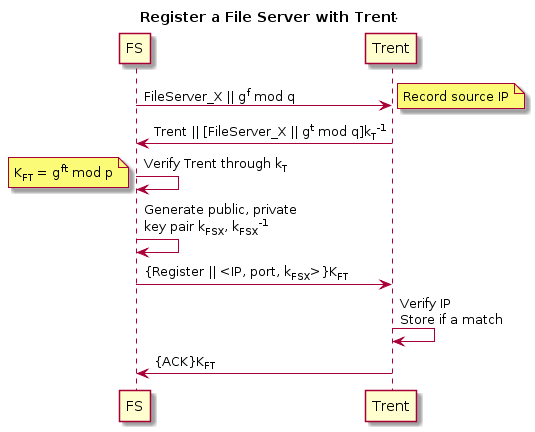
This is reports/img/Register_FS.png from jondyer/cs1653-2017fa-jbd29-mar257-zds14, a PlantUML export, as it was before one commit. Its source is kept beside it as reports/img/Register_FS.puml. The source it was exported from:
```plantuml
@startuml
title __Register a File Server with Trent__
participant FS
participant Trent

FS -> Trent: FileServer_X || g<sup>f</sup> mod q
note left: Choose random f
note right: Record source IP
Trent -> FS: Trent || [FileServer_X || g<sup>t</sup> mod q]k<sub>T</sub><sup>-1</sup>
FS -> FS: Verify Trent through k<sub>T</sub>
note left: K<sub>FT</sub> = g<sup>ft</sup> mod p
FS -> FS: Generate public, private \nkey pair k<sub>FSX</sub>, k<sub>FSX</sub><sup>-1</sup>

FS -> Trent: {Register || <IP, port, k<sub>FSX</sub>>}K<sub>FT</sub>
Trent -> Trent: Verify IP\nStore if a match
Trent -> FS: {ACK}K<sub>FT</sub>
@enduml
```
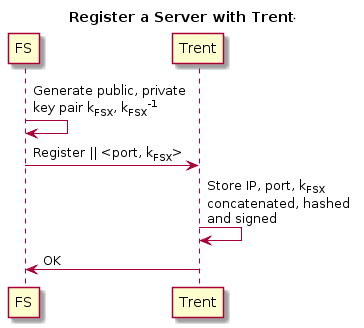
Above is the later version.

Diff of the diagram source:
```diff
@@ -1,17 +1,11 @@
 @startuml
-title __Register a File Server with Trent__
+title __Register a Server with Trent__
 participant FS
 participant Trent
 
-FS -> Trent: FileServer_X || g<sup>f</sup> mod q
-note left: Choose random f
-note right: Record source IP
-Trent -> FS: Trent || [FileServer_X || g<sup>t</sup> mod q]k<sub>T</sub><sup>-1</sup>
-FS -> FS: Verify Trent through k<sub>T</sub>
-note left: K<sub>FT</sub> = g<sup>ft</sup> mod p
 FS -> FS: Generate public, private \nkey pair k<sub>FSX</sub>, k<sub>FSX</sub><sup>-1</sup>
 
-FS -> Trent: {Register || <IP, port, k<sub>FSX</sub>>}K<sub>FT</sub>
-Trent -> Trent: Verify IP\nStore if a match
-Trent -> FS: {ACK}K<sub>FT</sub>
+FS -> Trent: Register || <port, k<sub>FSX</sub>>
+Trent -> Trent: Store IP, port, k<sub>FSX</sub>\nconcatenated, hashed \nand signed
+Trent -> FS: OK
 @enduml
```
